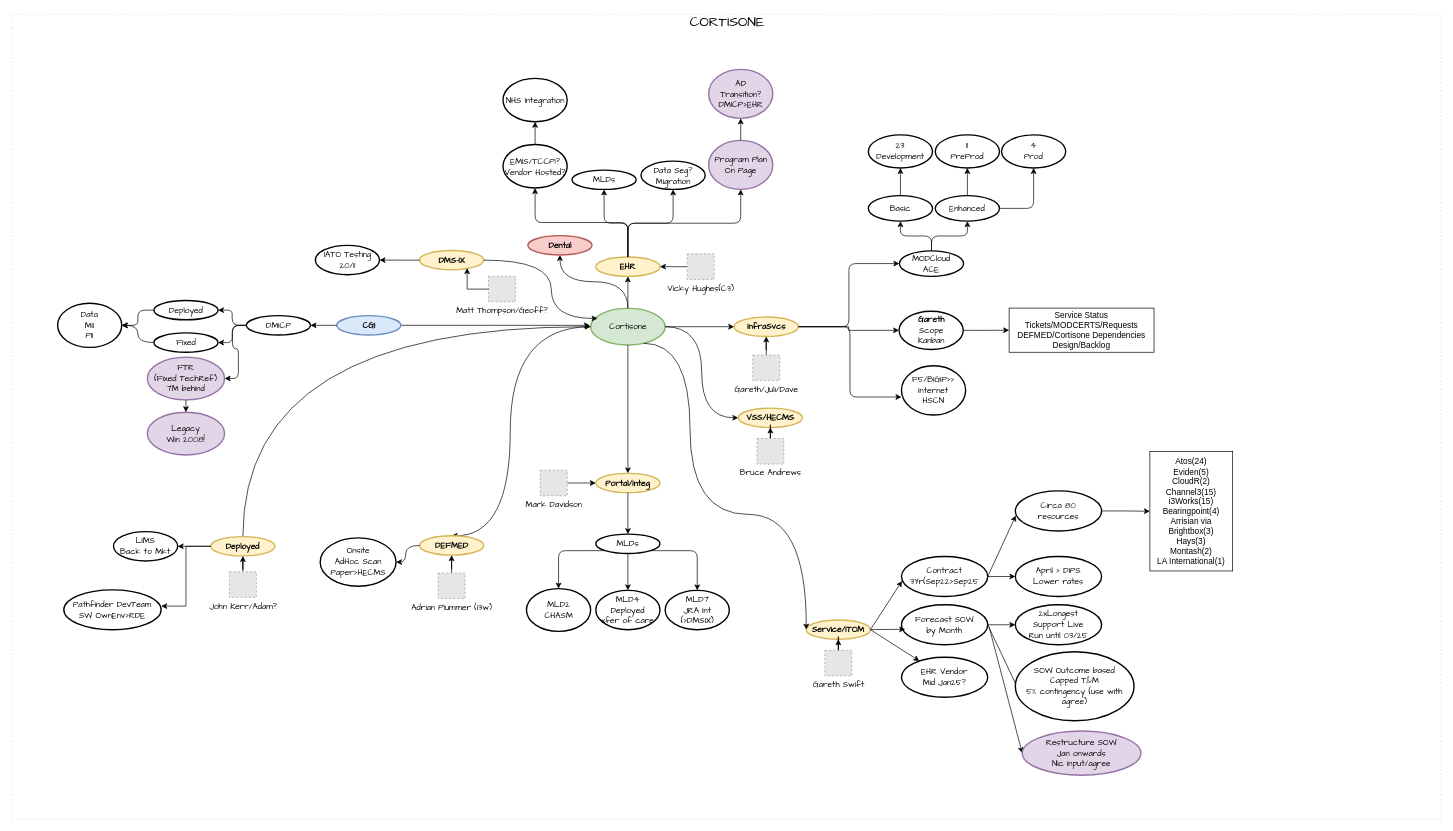
The draw.io diagram page "Overview" (1 of 3) of 202411 Cortisone.drawio in dalegent42/DrawIO, before the edit. Source tidied: cells renumbered, new cells numbered last; positions are measured from the earlier drawing's top-left corner, leaving out a move shared by most shapes. Both pictures are drawn from the tidied source at 69%, with x=0, y=0 at pixel (12, 14). Pictures stored in the file or linked from it are replaced by grey dashed boxes.
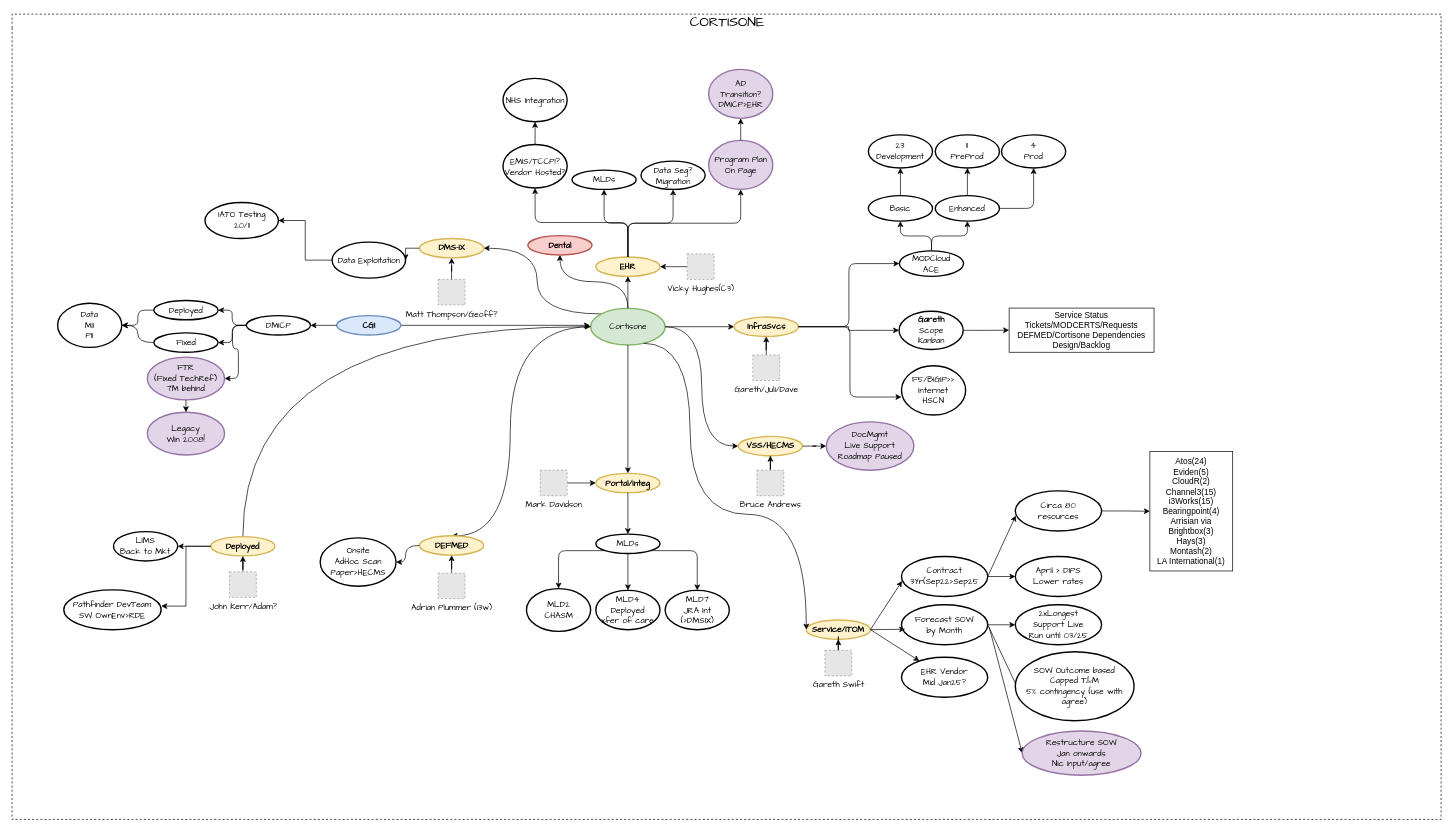
Above is the later version.

The change refers to these unchanged cells:
```xml
<mxCell id="4" value="&lt;font face=&quot;Comic Sans MS&quot;&gt;Cortisone&lt;/font&gt;" style="ellipse;whiteSpace=wrap;html=1;align=center;strokeWidth=2;fillColor=#d5e8d4;strokeColor=#82b366;" parent="2" vertex="1">
  <mxGeometry x="838.5" y="426.5" width="108" height="53" as="geometry" />
</mxCell>
```

What changed in the source:
```diff
@@
-    <mxCell id="2" value="&lt;span style=&quot;font-weight: normal;&quot;&gt;&lt;font style=&quot;font-size: 20px;&quot;&gt;CORTISONE&lt;/font&gt;&lt;/span&gt;" style="swimlane;html=1;startSize=20;horizontal=1;containerType=tree;labelBackgroundColor=none;strokeColor=#D4E1F5;strokeWidth=1;fillColor=none;fontFamily=Comic Sans MS;fontSize=9;swimlaneLine=0;dashed=1;" parent="1" vertex="1">
+    <mxCell id="2" value="&lt;span style=&quot;&quot;&gt;&lt;font style=&quot;font-size: 20px;&quot;&gt;CORTISONE&lt;/font&gt;&lt;/span&gt;" style="swimlane;html=1;startSize=20;horizontal=1;containerType=tree;labelBackgroundColor=none;strokeWidth=1;fontFamily=Comic Sans MS;fontSize=9;swimlaneLine=0;dashed=1;fontStyle=0;" parent="1" vertex="1">
       <mxGeometry width="2071" height="1167" as="geometry" />
     </mxCell>
@@
+    <mxCell id="118" style="edgeStyle=orthogonalEdgeStyle;rounded=0;jettySize=auto;html=1;exitX=0;exitY=0;exitDx=0;exitDy=0;entryX=1;entryY=0.5;entryDx=0;entryDy=0;curved=1;" parent="2" edge="1" source="4" target="43">
+      <mxGeometry relative="1" as="geometry" />
+    </mxCell>
@@
-    <mxCell id="5" style="jumpStyle=arc;html=1;endArrow=classicThin;endFill=1;jettySize=auto;orthogonalLoop=1;strokeColor=none;strokeWidth=2;fontFamily=Comic Sans MS;fontSize=10;rounded=0;startSize=8;endSize=8;curved=1;" parent="2" edge="1">
-      <mxGeometry relative="1" as="geometry">
-        <mxPoint x="737.5" y="357.5" as="sourcePoint" />
-        <mxPoint x="716.6" y="339.2" as="targetPoint" />
-      </mxGeometry>
-    </mxCell>
@@
     <mxCell id="20" value="&lt;font face=&quot;Comic Sans MS&quot;&gt;VSS/HECMS&lt;/font&gt;" style="ellipse;whiteSpace=wrap;html=1;align=center;strokeWidth=2;fontStyle=1;fillColor=#fff2cc;strokeColor=#d6b656;" parent="2" vertex="1">
-      <mxGeometry x="1052.5" y="571" width="93" height="28" as="geometry" />
+      <mxGeometry x="1052.5" y="612" width="93" height="28" as="geometry" />
     </mxCell>
@@
     <mxCell id="22" value="Bruce Andrews" style="fillColor=#E6E6E6;strokeColor=#999999;dashed=1;html=1;verticalAlign=top;verticalLabelPosition=bottom;labelBackgroundColor=#ffffff;fontFamily=Comic Sans MS;fontSize=12;fontColor=#000000;align=center;" parent="2" vertex="1">
-      <mxGeometry x="1079.5" y="615" width="39" height="37" as="geometry" />
+      <mxGeometry x="1079.5" y="661" width="39" height="37" as="geometry" />
     </mxCell>
@@
     <mxCell id="43" value="&lt;font face=&quot;Comic Sans MS&quot;&gt;DMS-IX&lt;/font&gt;" style="ellipse;whiteSpace=wrap;html=1;align=center;strokeWidth=2;fontStyle=1;fillColor=#fff2cc;strokeColor=#d6b656;" parent="2" vertex="1">
-      <mxGeometry x="590.5" y="342.5" width="93" height="28" as="geometry" />
+      <mxGeometry x="590.5" y="325.2" width="93" height="28" as="geometry" />
     </mxCell>
     <mxCell id="44" value="Matt Thompson/Geoff?" style="fillColor=#E6E6E6;strokeColor=#999999;dashed=1;html=1;verticalAlign=top;verticalLabelPosition=bottom;labelBackgroundColor=#ffffff;fontFamily=Comic Sans MS;fontSize=12;fontColor=#000000;align=center;" parent="2" vertex="1">
-      <mxGeometry x="690.5" y="380" width="39" height="37" as="geometry" />
+      <mxGeometry x="617.5" y="384.5" width="39" height="37" as="geometry" />
     </mxCell>
@@
-    <mxCell id="47" style="edgeStyle=orthogonalEdgeStyle;rounded=0;jettySize=auto;html=1;entryX=0.093;entryY=0.274;entryDx=0;entryDy=0;entryPerimeter=0;curved=1;" parent="2" edge="1" source="43" target="4">
-      <mxGeometry relative="1" as="geometry">
-        <Array as="points">
-          <mxPoint x="781.5" y="356" />
-          <mxPoint x="781.5" y="441" />
-        </Array>
-      </mxGeometry>
-    </mxCell>
-    <mxCell id="48" style="edgeStyle=orthogonalEdgeStyle;rounded=0;jettySize=auto;html=1;entryX=0.742;entryY=0.911;entryDx=0;entryDy=0;entryPerimeter=0;" parent="2" edge="1" source="44" target="43">
+    <mxCell id="48" style="edgeStyle=orthogonalEdgeStyle;rounded=0;jettySize=auto;html=1;entryX=0.5;entryY=1;entryDx=0;entryDy=0;" parent="2" edge="1" source="44" target="43">
       <mxGeometry relative="1" as="geometry" />
     </mxCell>
@@
-    <mxCell id="79" value="&lt;font face=&quot;Comic Sans MS&quot;&gt;IATO Testing&lt;/font&gt;&lt;div&gt;&lt;font face=&quot;Comic Sans MS&quot;&gt;20/11&lt;/font&gt;&lt;/div&gt;" style="ellipse;whiteSpace=wrap;html=1;align=center;strokeWidth=2;" parent="2" vertex="1">
-      <mxGeometry x="439.5" y="335.2" width="93" height="42.5" as="geometry" />
-    </mxCell>
-    <mxCell id="80" style="edgeStyle=orthogonalEdgeStyle;rounded=0;jettySize=auto;html=1;entryX=1;entryY=0.5;entryDx=0;entryDy=0;exitX=0;exitY=0.5;exitDx=0;exitDy=0;" parent="2" edge="1" source="43" target="79">
-      <mxGeometry relative="1" as="geometry" />
-    </mxCell>
@@
+    <mxCell id="119" style="edgeStyle=orthogonalEdgeStyle;rounded=0;jettySize=auto;html=1;exitX=1;exitY=0.5;exitDx=0;exitDy=0;" parent="2" edge="1" source="20" target="120">
+      <mxGeometry relative="1" as="geometry" />
+    </mxCell>
+    <mxCell id="120" value="&lt;font face=&quot;Comic Sans MS&quot;&gt;DocMgmt&lt;/font&gt;&lt;div&gt;&lt;font face=&quot;Comic Sans MS&quot;&gt;Live Support&lt;/font&gt;&lt;/div&gt;&lt;div&gt;&lt;font face=&quot;Comic Sans MS&quot;&gt;Roadmap Paused&lt;/font&gt;&lt;/div&gt;" style="ellipse;whiteSpace=wrap;html=1;align=center;strokeWidth=2;fontStyle=0;fillColor=#e1d5e7;strokeColor=#9673a6;" parent="2" vertex="1">
+      <mxGeometry x="1180" y="591" width="127" height="70" as="geometry" />
+    </mxCell>
+    <mxCell id="121" style="edgeStyle=orthogonalEdgeStyle;rounded=0;jettySize=auto;html=1;entryX=1;entryY=0.5;entryDx=0;entryDy=0;exitX=0;exitY=0.5;exitDx=0;exitDy=0;" parent="2" edge="1" source="43" target="122">
+      <mxGeometry relative="1" as="geometry" />
+    </mxCell>
+    <mxCell id="122" value="&lt;font face=&quot;Comic Sans MS&quot;&gt;Data Exploitation&lt;/font&gt;" style="ellipse;whiteSpace=wrap;html=1;align=center;strokeWidth=2;" parent="2" vertex="1">
+      <mxGeometry x="463.8" y="330.4" width="106.5" height="52.2" as="geometry" />
+    </mxCell>
+    <mxCell id="123" style="edgeStyle=orthogonalEdgeStyle;rounded=0;jettySize=auto;html=1;entryX=1;entryY=0.5;entryDx=0;entryDy=0;exitX=0;exitY=0.5;exitDx=0;exitDy=0;" parent="2" edge="1" source="122" target="79">
+      <mxGeometry relative="1" as="geometry" />
+    </mxCell>
+    <mxCell id="79" value="&lt;font face=&quot;Comic Sans MS&quot;&gt;IATO Testing&lt;/font&gt;&lt;div&gt;&lt;font face=&quot;Comic Sans MS&quot;&gt;20/11&lt;/font&gt;&lt;/div&gt;" style="ellipse;whiteSpace=wrap;html=1;align=center;strokeWidth=2;" parent="2" vertex="1">
+      <mxGeometry x="279.5" y="273" width="106.5" height="52.2" as="geometry" />
+    </mxCell>
```
